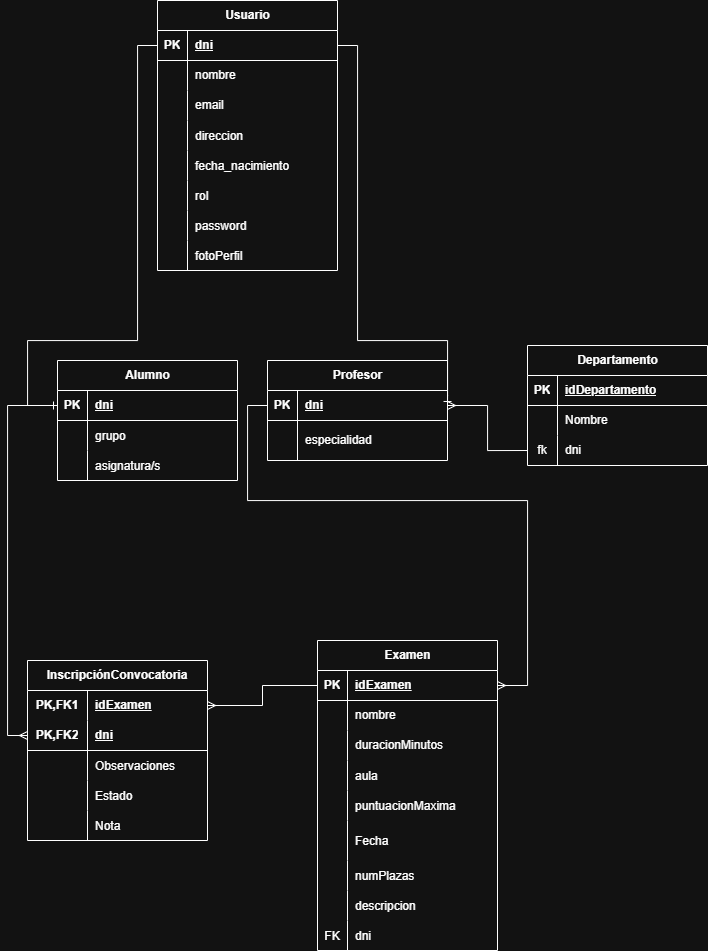
JTPLOP/ExamTrack keeps this draw.io diagram as Documentacion/Diagramas/ExamTrack - Diagrama.png. Above is the earlier version. Source tidied: cells renumbered, new cells last; positions are measured from the earlier drawing's top-left corner, leaving out a move shared by most shapes.
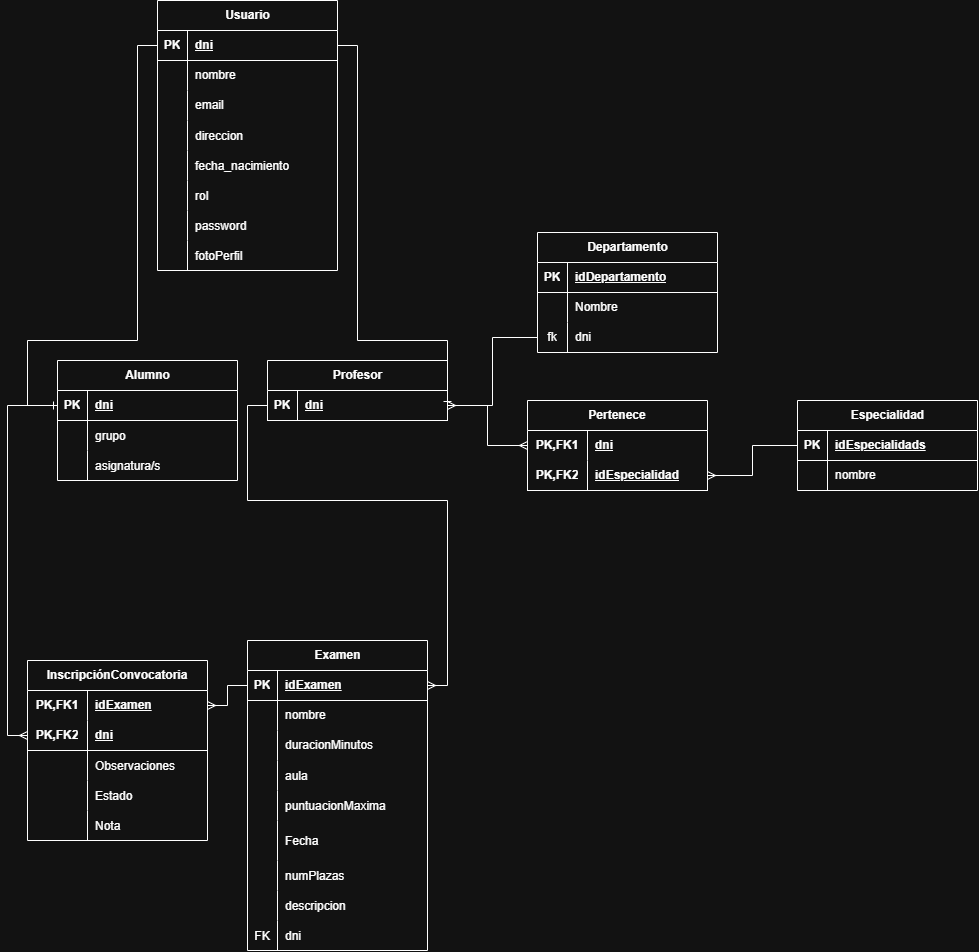
The same file after the commit.

Diff of the diagram source:
```diff
@@ -3,7 +3,7 @@
     <mxCell id="0" />
     <mxCell id="1" parent="0" />
     <mxCell id="2" value="Examen" style="shape=table;startSize=30;rowLines=0;fontStyle=1;align=center;html=1;" parent="1" vertex="1">
-      <mxGeometry x="290" y="640" width="180" height="310" as="geometry" />
+      <mxGeometry x="220" y="640" width="180" height="310" as="geometry" />
     </mxCell>
     <mxCell id="3" style="shape=tableRow;horizontal=0;startSize=0;swimlaneHead=0;swimlaneBody=0;fillColor=none;points=[[0,0.5],[1,0.5]];portConstraint=eastwest;top=0;left=0;right=0;bottom=1;" parent="2" vertex="1">
       <mxGeometry y="30" width="180" height="30" as="geometry" />
@@ -117,7 +117,7 @@
       <mxGeometry x="30" width="150" height="30" as="geometry" />
     </mxCell>
     <mxCell id="40" value="Profesor" style="shape=table;startSize=30;rowLines=0;fontStyle=1;align=center;html=1;" parent="1" vertex="1">
-      <mxGeometry x="240" y="360" width="180" height="100" as="geometry" />
+      <mxGeometry x="240" y="360" width="180" height="60" as="geometry" />
     </mxCell>
     <mxCell id="41" style="shape=tableRow;horizontal=0;startSize=0;swimlaneHead=0;swimlaneBody=0;fillColor=none;points=[[0,0.5],[1,0.5]];portConstraint=eastwest;top=0;left=0;right=0;bottom=1;" parent="40" vertex="1">
       <mxGeometry y="30" width="180" height="30" as="geometry" />
@@ -128,15 +128,6 @@
     <mxCell id="43" value="dni" style="shape=partialRectangle;fillColor=none;top=0;left=0;bottom=0;right=0;align=left;spacingLeft=6;fontStyle=5;overflow=hidden;whiteSpace=wrap;html=1;" parent="41" vertex="1">
       <mxGeometry x="30" width="150" height="30" as="geometry" />
     </mxCell>
-    <mxCell id="44" style="shape=tableRow;horizontal=0;startSize=0;swimlaneHead=0;swimlaneBody=0;fillColor=none;top=0;left=0;right=0;bottom=0;" parent="40" vertex="1">
-      <mxGeometry y="60" width="180" height="40" as="geometry" />
-    </mxCell>
-    <mxCell id="45" style="shape=partialRectangle;fillColor=none;top=0;left=0;bottom=0;right=0;overflow=hidden;whiteSpace=wrap;html=1;" parent="44" vertex="1">
-      <mxGeometry width="30" height="40" as="geometry" />
-    </mxCell>
-    <mxCell id="46" value="especialidad" style="shape=partialRectangle;fillColor=none;top=0;left=0;bottom=0;right=0;align=left;spacingLeft=6;overflow=hidden;whiteSpace=wrap;html=1;" parent="44" vertex="1">
-      <mxGeometry x="30" width="150" height="40" as="geometry" />
-    </mxCell>
     <mxCell id="47" value="Usuario" style="shape=table;startSize=30;rowLines=0;fontStyle=1;align=center;html=1;" parent="1" vertex="1">
       <mxGeometry x="130" width="180" height="270" as="geometry" />
     </mxCell>
@@ -237,8 +228,8 @@
         <Array as="points">
           <mxPoint x="220" y="405" />
           <mxPoint x="220" y="500" />
-          <mxPoint x="500" y="500" />
-          <mxPoint x="500" y="685" />
+          <mxPoint x="420" y="500" />
+          <mxPoint x="420" y="685" />
         </Array>
       </mxGeometry>
     </mxCell>
@@ -291,7 +282,7 @@
       <mxGeometry x="60" width="120" height="30" as="geometry" />
     </mxCell>
     <mxCell id="91" value="Departamento" style="shape=table;startSize=30;rowLines=0;fontStyle=1;align=center;html=1;" parent="1" vertex="1">
-      <mxGeometry x="500" y="345" width="180" height="120" as="geometry" />
+      <mxGeometry x="510" y="232" width="180" height="120" as="geometry" />
     </mxCell>
     <mxCell id="92" style="shape=tableRow;horizontal=0;startSize=0;swimlaneHead=0;swimlaneBody=0;fillColor=none;top=0;left=0;right=0;bottom=1;" parent="91" vertex="1">
       <mxGeometry y="30" width="180" height="30" as="geometry" />
@@ -329,5 +320,53 @@
     <mxCell id="103" style="edgeStyle=orthogonalEdgeStyle;rounded=0;jettySize=auto;html=1;exitX=0;exitY=0.5;exitDx=0;exitDy=0;entryX=1;entryY=0.5;entryDx=0;entryDy=0;endArrow=ERmany;endFill=0;" parent="1" edge="1" source="3" target="76">
       <mxGeometry relative="1" as="geometry" />
     </mxCell>
+    <mxCell id="104" value="Especialidad" style="shape=table;startSize=30;rowLines=0;fontStyle=1;align=center;html=1;" parent="1" vertex="1">
+      <mxGeometry x="770" y="400" width="180" height="90" as="geometry" />
+    </mxCell>
+    <mxCell id="105" style="shape=tableRow;horizontal=0;startSize=0;swimlaneHead=0;swimlaneBody=0;fillColor=none;points=[[0,0.5],[1,0.5]];portConstraint=eastwest;top=0;left=0;right=0;bottom=1;" parent="104" vertex="1">
+      <mxGeometry y="30" width="180" height="30" as="geometry" />
+    </mxCell>
+    <mxCell id="106" value="PK" style="shape=partialRectangle;fillColor=none;top=0;left=0;bottom=0;right=0;fontStyle=1;overflow=hidden;whiteSpace=wrap;html=1;" parent="105" vertex="1">
+      <mxGeometry width="30" height="30" as="geometry" />
+    </mxCell>
+    <mxCell id="107" value="idEspecialidads" style="shape=partialRectangle;fillColor=none;top=0;left=0;bottom=0;right=0;align=left;spacingLeft=6;fontStyle=5;overflow=hidden;whiteSpace=wrap;html=1;" parent="105" vertex="1">
+      <mxGeometry x="30" width="150" height="30" as="geometry" />
+    </mxCell>
+    <mxCell id="108" style="shape=tableRow;horizontal=0;startSize=0;swimlaneHead=0;swimlaneBody=0;fillColor=none;top=0;left=0;right=0;bottom=0;" parent="104" vertex="1">
+      <mxGeometry y="60" width="180" height="30" as="geometry" />
+    </mxCell>
+    <mxCell id="109" style="shape=partialRectangle;fillColor=none;top=0;left=0;bottom=0;right=0;overflow=hidden;whiteSpace=wrap;html=1;" parent="108" vertex="1">
+      <mxGeometry width="30" height="30" as="geometry" />
+    </mxCell>
+    <mxCell id="110" value="nombre" style="shape=partialRectangle;fillColor=none;top=0;left=0;bottom=0;right=0;align=left;spacingLeft=6;overflow=hidden;whiteSpace=wrap;html=1;" parent="108" vertex="1">
+      <mxGeometry x="30" width="150" height="30" as="geometry" />
+    </mxCell>
+    <mxCell id="111" value="Pertenece" style="shape=table;startSize=30;rowLines=0;fontStyle=1;align=center;html=1;whiteSpace=wrap;" parent="1" vertex="1">
+      <mxGeometry x="500" y="400" width="180" height="90" as="geometry" />
+    </mxCell>
+    <mxCell id="112" style="shape=tableRow;horizontal=0;startSize=0;swimlaneHead=0;swimlaneBody=0;fillColor=none;points=[[0,0.5],[1,0.5]];portConstraint=eastwest;top=0;left=0;right=0;bottom=0;html=1;" parent="111" vertex="1">
+      <mxGeometry y="30" width="180" height="30" as="geometry" />
+    </mxCell>
+    <mxCell id="113" value="PK,FK1" style="shape=partialRectangle;fillColor=none;top=0;left=0;bottom=0;right=0;fontStyle=1;overflow=hidden;html=1;whiteSpace=wrap;" parent="112" vertex="1">
+      <mxGeometry width="60" height="30" as="geometry" />
+    </mxCell>
+    <mxCell id="114" value="dni" style="shape=partialRectangle;fillColor=none;top=0;left=0;bottom=0;right=0;align=left;spacingLeft=6;fontStyle=5;overflow=hidden;html=1;whiteSpace=wrap;" parent="112" vertex="1">
+      <mxGeometry x="60" width="120" height="30" as="geometry" />
+    </mxCell>
+    <mxCell id="115" style="shape=tableRow;horizontal=0;startSize=0;swimlaneHead=0;swimlaneBody=0;fillColor=none;points=[[0,0.5],[1,0.5]];portConstraint=eastwest;top=0;left=0;right=0;bottom=1;html=1;" parent="111" vertex="1">
+      <mxGeometry y="60" width="180" height="30" as="geometry" />
+    </mxCell>
+    <mxCell id="116" value="PK,FK2" style="shape=partialRectangle;fillColor=none;top=0;left=0;bottom=0;right=0;fontStyle=1;overflow=hidden;html=1;whiteSpace=wrap;" parent="115" vertex="1">
+      <mxGeometry width="60" height="30" as="geometry" />
+    </mxCell>
+    <mxCell id="117" value="idEspecialidad" style="shape=partialRectangle;fillColor=none;top=0;left=0;bottom=0;right=0;align=left;spacingLeft=6;fontStyle=5;overflow=hidden;html=1;whiteSpace=wrap;" parent="115" vertex="1">
+      <mxGeometry x="60" width="120" height="30" as="geometry" />
+    </mxCell>
+    <mxCell id="118" style="edgeStyle=orthogonalEdgeStyle;rounded=0;jettySize=auto;html=1;exitX=0;exitY=0.5;exitDx=0;exitDy=0;entryX=1;entryY=0.5;entryDx=0;entryDy=0;endArrow=ERmany;endFill=0;" parent="1" edge="1" source="105" target="115">
+      <mxGeometry relative="1" as="geometry" />
+    </mxCell>
+    <mxCell id="119" style="edgeStyle=orthogonalEdgeStyle;rounded=0;jettySize=auto;html=1;exitX=1;exitY=0.5;exitDx=0;exitDy=0;endArrow=ERmany;endFill=0;" parent="1" edge="1" source="41" target="112">
+      <mxGeometry relative="1" as="geometry" />
+    </mxCell>
   </root>
 </mxGraphModel>
```
